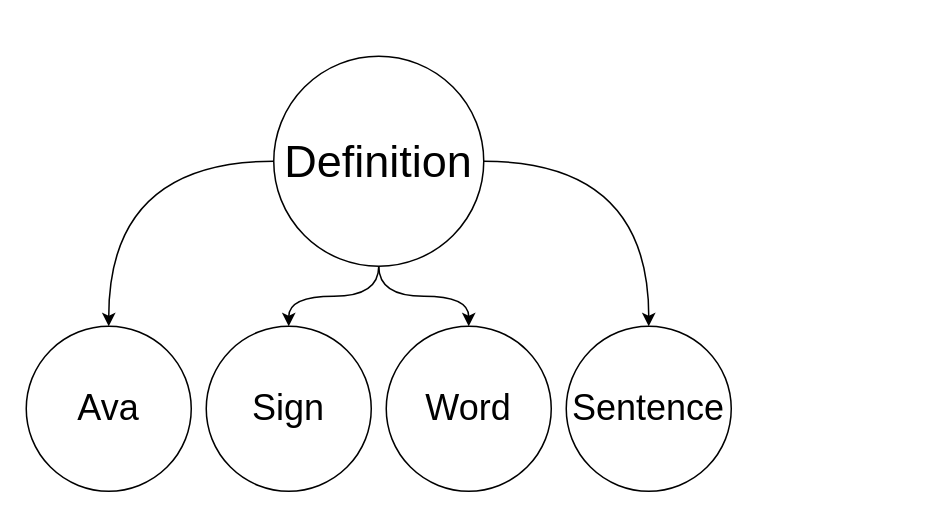
Above: page "AI" (1 of 2) of design/definition.drawio in kashanimorteza/english_document (draw.io), before the change. Source tidied: cells renumbered, new cells numbered last; positions are measured from the earlier drawing's top-left corner, leaving out a move shared by most shapes. Both pictures are drawn from the tidied source at 150%, with x=0, y=0 at pixel (26, 56).
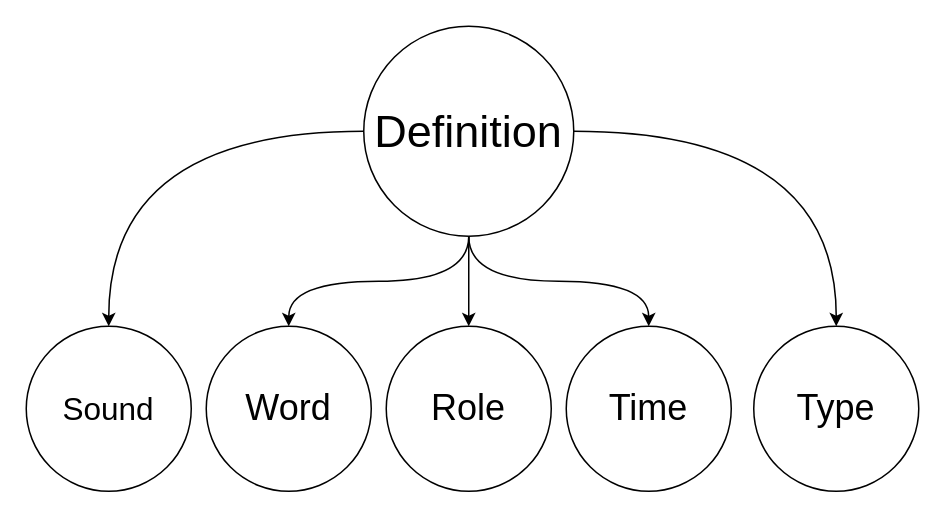
After the change.

The edit, as a diff of the source:
```diff
@@
 <mxGraphModel>
   <root>
     <mxCell id="0" />
     <mxCell id="1" parent="0" />
     <mxCell id="2" style="edgeStyle=orthogonalEdgeStyle;rounded=0;jettySize=auto;html=1;curved=1;" parent="1" edge="1" source="6" target="7">
       <mxGeometry relative="1" as="geometry" />
     </mxCell>
     <mxCell id="3" style="edgeStyle=orthogonalEdgeStyle;rounded=0;jettySize=auto;html=1;curved=1;" parent="1" edge="1" source="6" target="8">
       <mxGeometry relative="1" as="geometry" />
     </mxCell>
     <mxCell id="4" style="edgeStyle=orthogonalEdgeStyle;rounded=0;jettySize=auto;html=1;curved=1;" parent="1" edge="1" source="6" target="9">
       <mxGeometry relative="1" as="geometry" />
     </mxCell>
     <mxCell id="5" style="edgeStyle=orthogonalEdgeStyle;rounded=0;jettySize=auto;html=1;curved=1;" parent="1" edge="1" source="6" target="10">
       <mxGeometry relative="1" as="geometry" />
     </mxCell>
     <mxCell id="6" value="&lt;font style=&quot;font-size: 30px;&quot;&gt;Definition&lt;/font&gt;" style="ellipse;whiteSpace=wrap;html=1;" parent="1" vertex="1">
-      <mxGeometry x="165" width="140" height="140" as="geometry" />
+      <mxGeometry x="225" y="-20" width="140" height="140" as="geometry" />
     </mxCell>
-    <mxCell id="7" value="Sign" style="ellipse;whiteSpace=wrap;html=1;fontSize=24;" parent="1" vertex="1">
+    <mxCell id="7" value="Word" style="ellipse;whiteSpace=wrap;html=1;fontSize=24;" parent="1" vertex="1">
       <mxGeometry x="120" y="180" width="110" height="110" as="geometry" />
     </mxCell>
-    <mxCell id="8" value="Word" style="ellipse;whiteSpace=wrap;html=1;fontSize=24;" parent="1" vertex="1">
+    <mxCell id="8" value="Role" style="ellipse;whiteSpace=wrap;html=1;fontSize=24;" parent="1" vertex="1">
       <mxGeometry x="240" y="180" width="110" height="110" as="geometry" />
     </mxCell>
-    <mxCell id="9" value="Ava" style="ellipse;whiteSpace=wrap;html=1;fontSize=24;" parent="1" vertex="1">
+    <mxCell id="9" value="Sound" style="ellipse;whiteSpace=wrap;html=1;fontSize=21;" parent="1" vertex="1">
       <mxGeometry y="180" width="110" height="110" as="geometry" />
     </mxCell>
-    <mxCell id="10" value="Sentence" style="ellipse;whiteSpace=wrap;html=1;fontSize=24;" parent="1" vertex="1">
+    <mxCell id="10" value="Time" style="ellipse;whiteSpace=wrap;html=1;fontSize=24;" parent="1" vertex="1">
       <mxGeometry x="360" y="180" width="110" height="110" as="geometry" />
     </mxCell>
+    <mxCell id="11" style="edgeStyle=orthogonalEdgeStyle;rounded=0;jettySize=auto;html=1;curved=1;exitX=1;exitY=0.5;exitDx=0;exitDy=0;" parent="1" edge="1" source="6" target="12">
+      <mxGeometry relative="1" as="geometry" />
+    </mxCell>
+    <mxCell id="12" value="Type" style="ellipse;whiteSpace=wrap;html=1;fontSize=24;" parent="1" vertex="1">
+      <mxGeometry x="485" y="180" width="110" height="110" as="geometry" />
+    </mxCell>
   </root>
 </mxGraphModel>
```
